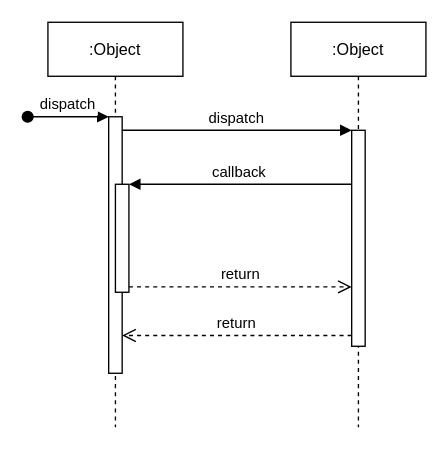
Above: Untitled Diagram.drawio in deepgit/jhipsterSampleApplication (draw.io), before the change. Source tidied: cells renumbered, new cells numbered last; positions are measured from the earlier drawing's top-left corner, leaving out a move shared by most shapes. Both pictures are drawn from the tidied source at 135%, with x=0, y=0 at pixel (27, 22).
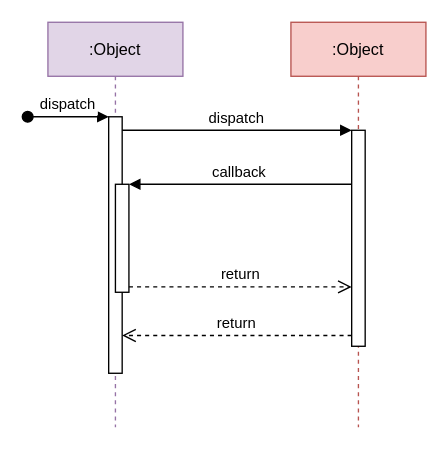
After the change.

Diff of the diagram source:
```diff
@@
 <mxGraphModel>
   <root>
     <mxCell id="0" />
     <mxCell id="1" parent="0" />
-    <mxCell id="2" value=":Object" style="shape=umlLifeline;perimeter=lifelinePerimeter;rounded=0;shadow=0;strokeWidth=1;" parent="1" vertex="1">
+    <mxCell id="2" value=":Object" style="shape=umlLifeline;perimeter=lifelinePerimeter;rounded=0;shadow=0;strokeWidth=1;fillColor=#e1d5e7;strokeColor=#9673a6;" parent="1" vertex="1">
       <mxGeometry x="15" width="100" height="300" as="geometry" />
     </mxCell>
     <mxCell id="3" style="points=[];perimeter=orthogonalPerimeter;rounded=0;shadow=0;strokeWidth=1;" parent="2" vertex="1">
       <mxGeometry x="45" y="70" width="10" height="190" as="geometry" />
     </mxCell>
     <mxCell id="4" value="dispatch" style="verticalAlign=bottom;startArrow=oval;endArrow=block;startSize=8;shadow=0;strokeWidth=1;" parent="2" edge="1" target="3">
       <mxGeometry relative="1" as="geometry">
         <mxPoint x="-15" y="70" as="sourcePoint" />
       </mxGeometry>
     </mxCell>
     <mxCell id="5" style="points=[];perimeter=orthogonalPerimeter;rounded=0;shadow=0;strokeWidth=1;" parent="2" vertex="1">
       <mxGeometry x="50" y="120" width="10" height="80" as="geometry" />
     </mxCell>
-    <mxCell id="6" value=":Object" style="shape=umlLifeline;perimeter=lifelinePerimeter;rounded=0;shadow=0;strokeWidth=1;" parent="1" vertex="1">
+    <mxCell id="6" value=":Object" style="shape=umlLifeline;perimeter=lifelinePerimeter;rounded=0;shadow=0;strokeWidth=1;fillColor=#f8cecc;strokeColor=#b85450;" parent="1" vertex="1">
       <mxGeometry x="195" width="100" height="300" as="geometry" />
     </mxCell>
     <mxCell id="7" style="points=[];perimeter=orthogonalPerimeter;rounded=0;shadow=0;strokeWidth=1;" parent="6" vertex="1">
       <mxGeometry x="45" y="80" width="10" height="160" as="geometry" />
     </mxCell>
     <mxCell id="8" value="return" style="verticalAlign=bottom;endArrow=open;dashed=1;endSize=8;exitX=0;exitY=0.95;shadow=0;strokeWidth=1;" parent="1" edge="1" source="7" target="3">
       <mxGeometry relative="1" as="geometry" />
     </mxCell>
     <mxCell id="9" value="dispatch" style="verticalAlign=bottom;endArrow=block;entryX=0;entryY=0;shadow=0;strokeWidth=1;" parent="1" edge="1" source="3" target="7">
       <mxGeometry relative="1" as="geometry" />
     </mxCell>
     <mxCell id="10" value="callback" style="verticalAlign=bottom;endArrow=block;entryX=1;entryY=0;shadow=0;strokeWidth=1;" parent="1" edge="1" source="7" target="5">
       <mxGeometry relative="1" as="geometry" />
     </mxCell>
     <mxCell id="11" value="return" style="verticalAlign=bottom;endArrow=open;dashed=1;endSize=8;exitX=1;exitY=0.95;shadow=0;strokeWidth=1;" parent="1" edge="1" source="5" target="7">
       <mxGeometry relative="1" as="geometry" />
     </mxCell>
   </root>
 </mxGraphModel>
```
